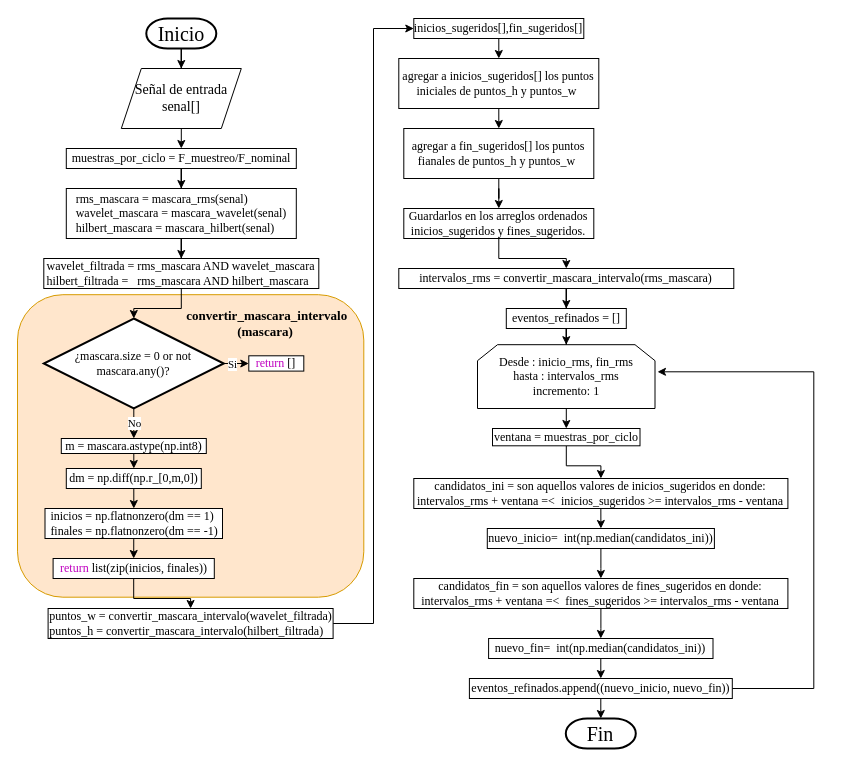
The draw.io diagram Diagramas_Flujo/Diagrama_Flujo_Hibrido.drawio in SGOLDYT/Power-Quality, before the edit. Source tidied: cells renumbered, new cells numbered last; positions are measured from the earlier drawing's top-left corner, leaving out a move shared by most shapes. Both pictures are drawn from the tidied source at 100%, with x=0, y=0 at pixel (17, 18).
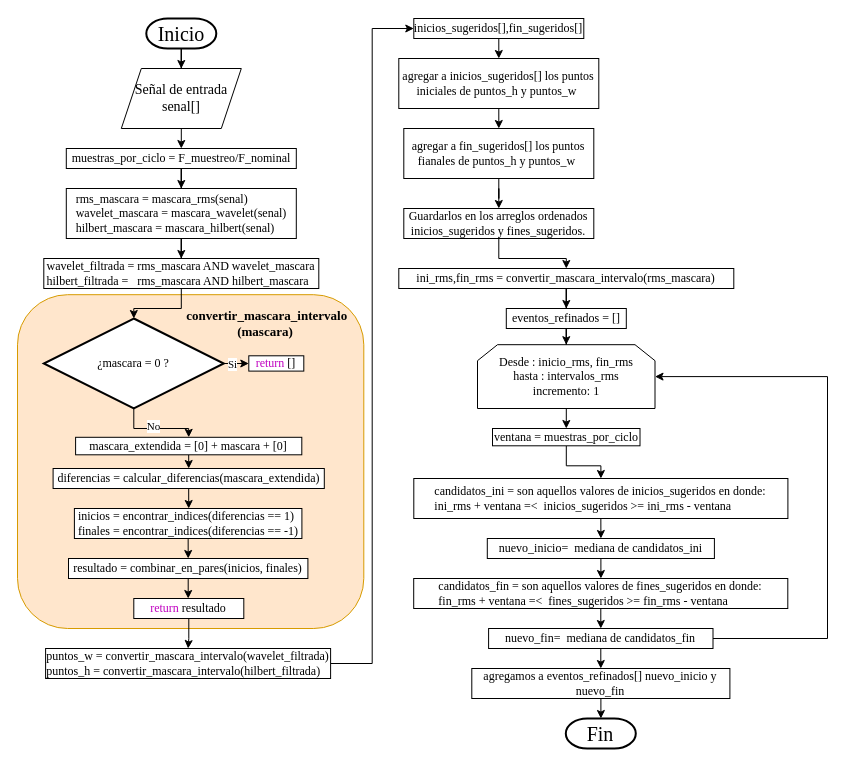
The same page after the edit.

Unchanged cells that the change refers to:
```xml
<mxCell id="41" value="&lt;font face=&quot;Times New Roman&quot;&gt;Desde : inicio_rms, fin_rms&lt;/font&gt;&lt;div&gt;&lt;font face=&quot;Times New Roman&quot;&gt;hasta : intervalos_rms&lt;/font&gt;&lt;/div&gt;&lt;div&gt;&lt;font face=&quot;Times New Roman&quot;&gt;incremento: 1&lt;/font&gt;&lt;/div&gt;" style="shape=loopLimit;whiteSpace=wrap;html=1;" parent="1" vertex="1">
  <mxGeometry x="460" y="326.2" width="177.5" height="63.8" as="geometry" />
</mxCell>
```

What changed in the source:
```diff
@@
     <mxCell id="2" style="rounded=1;whiteSpace=wrap;html=1;fillColor=#ffe6cc;strokeColor=#d79b00;" parent="1" vertex="1">
-      <mxGeometry y="276.2" width="346.3" height="302.5" as="geometry" />
+      <mxGeometry y="276.2" width="346.3" height="333.8" as="geometry" />
     </mxCell>
@@
-    <mxCell id="16" value="&lt;div&gt;&lt;span style=&quot;font-family: &amp;quot;Times New Roman&amp;quot;; background-color: transparent; color: light-dark(rgb(0, 0, 0), rgb(255, 255, 255));&quot;&gt;¿mascara.size = 0 or not mascara.any()?&lt;/span&gt;&lt;/div&gt;" style="strokeWidth=2;html=1;shape=mxgraph.flowchart.decision;whiteSpace=wrap;" parent="1" vertex="1">
+    <mxCell id="16" value="&lt;div&gt;&lt;span style=&quot;font-family: &amp;quot;Times New Roman&amp;quot;; background-color: transparent; color: light-dark(rgb(0, 0, 0), rgb(255, 255, 255));&quot;&gt;¿mascara = 0 ?&lt;/span&gt;&lt;/div&gt;" style="strokeWidth=2;html=1;shape=mxgraph.flowchart.decision;whiteSpace=wrap;" parent="1" vertex="1">
       <mxGeometry x="26.3" y="300" width="180" height="90" as="geometry" />
     </mxCell>
@@
-    <mxCell id="18" value="&lt;div style=&quot;text-align: justify;&quot;&gt;&lt;div style=&quot;text-align: left;&quot;&gt;&lt;font face=&quot;Times New Roman&quot;&gt;&lt;br&gt;&lt;/font&gt;&lt;/div&gt;&lt;div style=&quot;text-align: left;&quot;&gt;&lt;font face=&quot;Times New Roman&quot;&gt;m = mascara.astype(np.int8)&lt;/font&gt;&lt;div&gt;&lt;font style=&quot;text-align: center; color: rgb(0, 0, 0); background-color: rgb(236, 236, 236);&quot; face=&quot;Times New Roman&quot;&gt;&lt;br&gt;&lt;/font&gt;&lt;/div&gt;&lt;/div&gt;&lt;/div&gt;" style="rounded=0;whiteSpace=wrap;html=1;align=center;" parent="1" vertex="1">
-      <mxGeometry x="43.8" y="420" width="145" height="15" as="geometry" />
+    <mxCell id="18" value="&lt;div style=&quot;text-align: justify;&quot;&gt;&lt;div style=&quot;text-align: left;&quot;&gt;&lt;font face=&quot;Times New Roman&quot;&gt;mascara_extendida = [0] + mascara + [0]&lt;/font&gt;&lt;/div&gt;&lt;/div&gt;" style="rounded=0;whiteSpace=wrap;html=1;align=center;" parent="1" vertex="1">
+      <mxGeometry x="58.1" y="418.8" width="226.2" height="17.5" as="geometry" />
     </mxCell>
@@
-    <mxCell id="22" value="&lt;div style=&quot;text-align: justify;&quot;&gt;&lt;div style=&quot;text-align: left;&quot;&gt;&lt;font face=&quot;Times New Roman&quot;&gt;&lt;br&gt;&lt;/font&gt;&lt;/div&gt;&lt;div style=&quot;text-align: left;&quot;&gt;&lt;font face=&quot;Times New Roman&quot;&gt;dm = np.diff(np.r_[0,m,0])&lt;/font&gt;&lt;div&gt;&lt;font style=&quot;text-align: center; color: rgb(0, 0, 0); background-color: rgb(236, 236, 236);&quot; face=&quot;Times New Roman&quot;&gt;&lt;br&gt;&lt;/font&gt;&lt;/div&gt;&lt;/div&gt;&lt;/div&gt;" style="rounded=0;whiteSpace=wrap;html=1;align=center;" parent="1" vertex="1">
-      <mxGeometry x="48.8" y="450" width="135" height="20" as="geometry" />
+    <mxCell id="22" value="&lt;div style=&quot;text-align: justify;&quot;&gt;&lt;div style=&quot;text-align: left;&quot;&gt;&lt;font face=&quot;Times New Roman&quot;&gt;diferencias = calcular_diferencias(mascara_extendida)&lt;/font&gt;&lt;/div&gt;&lt;/div&gt;" style="rounded=0;whiteSpace=wrap;html=1;align=center;" parent="1" vertex="1">
+      <mxGeometry x="35.6" y="450" width="271.2" height="20" as="geometry" />
     </mxCell>
@@
-    <mxCell id="24" value="&lt;div style=&quot;text-align: justify;&quot;&gt;&lt;div style=&quot;text-align: left;&quot;&gt;&lt;div&gt;&lt;font face=&quot;Times New Roman&quot;&gt;inicios = np.flatnonzero(dm == 1)&lt;/font&gt;&lt;/div&gt;&lt;div&gt;&lt;font face=&quot;Times New Roman&quot;&gt;finales = np.flatnonzero(dm == -1)&lt;/font&gt;&lt;/div&gt;&lt;/div&gt;&lt;/div&gt;" style="rounded=0;whiteSpace=wrap;html=1;align=center;" parent="1" vertex="1">
-      <mxGeometry x="27.5" y="490" width="177.5" height="30" as="geometry" />
+    <mxCell id="24" value="&lt;div style=&quot;text-align: justify;&quot;&gt;&lt;div style=&quot;text-align: left;&quot;&gt;&lt;font face=&quot;Times New Roman&quot;&gt;inicios = encontrar_indices(diferencias == 1)&lt;/font&gt;&lt;/div&gt;&lt;div style=&quot;text-align: left;&quot;&gt;&lt;font face=&quot;Times New Roman&quot;&gt;finales = encontrar_indices(diferencias == -1)&lt;/font&gt;&lt;font face=&quot;Times New Roman&quot;&gt;&lt;/font&gt;&lt;/div&gt;&lt;/div&gt;" style="rounded=0;whiteSpace=wrap;html=1;align=center;" parent="1" vertex="1">
+      <mxGeometry x="56.9" y="490" width="227.5" height="30" as="geometry" />
     </mxCell>
-    <mxCell id="25" style="edgeStyle=orthogonalEdgeStyle;rounded=0;jettySize=auto;html=1;" parent="1" edge="1" source="26" target="29">
-      <mxGeometry relative="1" as="geometry" />
-    </mxCell>
+    <mxCell id="58" style="edgeStyle=orthogonalEdgeStyle;rounded=0;jettySize=auto;html=1;entryX=0.5;entryY=0;entryDx=0;entryDy=0;" parent="1" edge="1" source="26" target="61">
+      <mxGeometry relative="1" as="geometry" />
+    </mxCell>
-    <mxCell id="26" value="&lt;font face=&quot;Times New Roman&quot;&gt;&lt;font style=&quot;color: rgb(192, 0, 192);&quot;&gt;return&lt;/font&gt; list(zip(inicios, finales))&lt;/font&gt;" style="rounded=0;whiteSpace=wrap;html=1;align=center;" parent="1" vertex="1">
-      <mxGeometry x="35.6" y="540" width="161.2" height="20" as="geometry" />
+    <mxCell id="26" value="&lt;font face=&quot;Times New Roman&quot;&gt;resultado = combinar_en_pares(inicios, finales)&lt;/font&gt;" style="rounded=0;whiteSpace=wrap;html=1;align=center;" parent="1" vertex="1">
+      <mxGeometry x="51" y="540" width="239.4" height="20" as="geometry" />
     </mxCell>
@@
     <mxCell id="29" value="&lt;div style=&quot;text-align: justify;&quot;&gt;&lt;font face=&quot;Times New Roman&quot;&gt;puntos_w = convertir_mascara_intervalo(wavelet_filtrada)&lt;/font&gt;&lt;/div&gt;&lt;div style=&quot;text-align: justify;&quot;&gt;&lt;font face=&quot;Times New Roman&quot;&gt;puntos_h = convertir_mascara_intervalo(hilbert_filtrada)&lt;/font&gt;&lt;/div&gt;" style="rounded=0;whiteSpace=wrap;html=1;align=center;" parent="1" vertex="1">
-      <mxGeometry x="30.6" y="590" width="285" height="30" as="geometry" />
+      <mxGeometry x="28.1" y="630" width="285" height="30" as="geometry" />
     </mxCell>
@@
-    <mxCell id="37" value="&lt;font face=&quot;Times New Roman&quot;&gt;intervalos_rms = convertir_mascara_intervalo(rms_mascara)&lt;/font&gt;" style="rounded=0;whiteSpace=wrap;html=1;" parent="1" vertex="1">
+    <mxCell id="37" value="&lt;font face=&quot;Times New Roman&quot;&gt;ini_rms,fin_rms = convertir_mascara_intervalo(rms_mascara)&lt;/font&gt;" style="rounded=0;whiteSpace=wrap;html=1;" parent="1" vertex="1">
       <mxGeometry x="381.3" y="250" width="335" height="20" as="geometry" />
     </mxCell>
@@
-    <mxCell id="45" value="&lt;div&gt;&lt;span style=&quot;text-align: left;&quot;&gt;&lt;font face=&quot;Times New Roman&quot;&gt;&lt;br&gt;&lt;/font&gt;&lt;/span&gt;&lt;/div&gt;&lt;span style=&quot;text-align: left;&quot;&gt;&lt;font face=&quot;Times New Roman&quot;&gt;&lt;div&gt;&lt;span style=&quot;text-align: left;&quot;&gt;&lt;font face=&quot;Times New Roman&quot;&gt;&lt;br&gt;&lt;/font&gt;&lt;/span&gt;&lt;/div&gt;&lt;div&gt;&lt;span style=&quot;text-align: left;&quot;&gt;&lt;font face=&quot;Times New Roman&quot;&gt;&lt;br&gt;&lt;/font&gt;&lt;/span&gt;&lt;/div&gt;candidatos_ini = son aquellos valores de inicios_sugeridos en donde:&lt;/font&gt;&lt;/span&gt;&lt;div style=&quot;text-align: left;&quot;&gt;&lt;span style=&quot;font-family: &amp;quot;Times New Roman&amp;quot;; background-color: transparent; color: light-dark(rgb(0, 0, 0), rgb(255, 255, 255)); text-align: center;&quot;&gt;intervalos_rms&amp;nbsp;&lt;/span&gt;&lt;font style=&quot;background-color: transparent; color: light-dark(rgb(0, 0, 0), rgb(255, 255, 255));&quot; face=&quot;Times New Roman&quot;&gt;+ ventana =&amp;lt;&amp;nbsp; inicios_sugeridos &amp;gt;=&amp;nbsp;&lt;/font&gt;&lt;span style=&quot;background-color: transparent; color: light-dark(rgb(0, 0, 0), rgb(255, 255, 255)); font-family: &amp;quot;Times New Roman&amp;quot;; text-align: center;&quot;&gt;intervalos_rms - ventana&lt;/span&gt;&lt;/div&gt;&lt;div&gt;&lt;span style=&quot;font-family: &amp;quot;Times New Roman&amp;quot;; text-align: left; background-color: transparent; color: light-dark(rgb(0, 0, 0), rgb(255, 255, 255)); white-space: pre;&quot;&gt;&#9;&lt;/span&gt;&lt;div&gt;&lt;div style=&quot;text-align: left;&quot;&gt;&lt;font face=&quot;Times New Roman&quot;&gt;&amp;nbsp;&lt;/font&gt;&lt;/div&gt;&lt;div&gt;&lt;span style=&quot;text-align: left;&quot;&gt;&lt;font face=&quot;Times New Roman&quot;&gt;&lt;br&gt;&lt;/font&gt;&lt;/span&gt;&lt;/div&gt;&lt;/div&gt;&lt;/div&gt;" style="rounded=0;whiteSpace=wrap;html=1;" parent="1" vertex="1">
-      <mxGeometry x="396.3" y="460" width="374.1" height="30" as="geometry" />
+    <mxCell id="45" value="&lt;div&gt;&lt;span style=&quot;text-align: left;&quot;&gt;&lt;font face=&quot;Times New Roman&quot;&gt;&lt;br&gt;&lt;/font&gt;&lt;/span&gt;&lt;/div&gt;&lt;span style=&quot;text-align: left;&quot;&gt;&lt;font face=&quot;Times New Roman&quot;&gt;&lt;div&gt;&lt;span style=&quot;text-align: left;&quot;&gt;&lt;font face=&quot;Times New Roman&quot;&gt;&lt;br&gt;&lt;/font&gt;&lt;/span&gt;&lt;/div&gt;&lt;div&gt;&lt;span style=&quot;text-align: left;&quot;&gt;&lt;font face=&quot;Times New Roman&quot;&gt;&lt;br&gt;&lt;/font&gt;&lt;/span&gt;&lt;/div&gt;candidatos_ini = son aquellos valores de inicios_sugeridos en donde:&lt;/font&gt;&lt;/span&gt;&lt;div style=&quot;text-align: left;&quot;&gt;&lt;span style=&quot;font-family: &amp;quot;Times New Roman&amp;quot;; background-color: transparent; color: light-dark(rgb(0, 0, 0), rgb(255, 255, 255)); text-align: center;&quot;&gt;ini_rms&amp;nbsp;&lt;/span&gt;&lt;font style=&quot;background-color: transparent; color: light-dark(rgb(0, 0, 0), rgb(255, 255, 255));&quot; face=&quot;Times New Roman&quot;&gt;+ ventana =&amp;lt;&amp;nbsp; inicios_sugeridos &amp;gt;=&amp;nbsp;&lt;/font&gt;&lt;span style=&quot;background-color: transparent; color: light-dark(rgb(0, 0, 0), rgb(255, 255, 255)); font-family: &amp;quot;Times New Roman&amp;quot;; text-align: center;&quot;&gt;ini_rms - ventana&lt;/span&gt;&lt;/div&gt;&lt;div&gt;&lt;span style=&quot;font-family: &amp;quot;Times New Roman&amp;quot;; text-align: left; background-color: transparent; color: light-dark(rgb(0, 0, 0), rgb(255, 255, 255)); white-space: pre;&quot;&gt;&#9;&lt;/span&gt;&lt;div&gt;&lt;div style=&quot;text-align: left;&quot;&gt;&lt;font face=&quot;Times New Roman&quot;&gt;&amp;nbsp;&lt;/font&gt;&lt;/div&gt;&lt;div&gt;&lt;span style=&quot;text-align: left;&quot;&gt;&lt;font face=&quot;Times New Roman&quot;&gt;&lt;br&gt;&lt;/font&gt;&lt;/span&gt;&lt;/div&gt;&lt;/div&gt;&lt;/div&gt;" style="rounded=0;whiteSpace=wrap;html=1;" parent="1" vertex="1">
+      <mxGeometry x="396.3" y="460" width="374.1" height="40" as="geometry" />
     </mxCell>
@@
-    <mxCell id="49" value="&lt;div&gt;&lt;font face=&quot;Times New Roman&quot;&gt;&lt;br&gt;&lt;/font&gt;&lt;/div&gt;&lt;div&gt;&lt;font face=&quot;Times New Roman&quot;&gt;&lt;br&gt;&lt;/font&gt;&lt;/div&gt;&lt;span style=&quot;font-family: &amp;quot;Times New Roman&amp;quot;;&quot;&gt;nuevo_inicio&lt;/span&gt;&lt;font face=&quot;Times New Roman&quot;&gt;&lt;span style=&quot;text-align: left;&quot;&gt;=&amp;nbsp;&amp;nbsp;&lt;/span&gt;int(np.median(candidatos_ini))&lt;/font&gt;&lt;div&gt;&lt;div&gt;&lt;div style=&quot;text-align: left;&quot;&gt;&lt;font face=&quot;Times New Roman&quot;&gt;&amp;nbsp;&lt;/font&gt;&lt;/div&gt;&lt;div&gt;&lt;span style=&quot;text-align: left;&quot;&gt;&lt;font face=&quot;Times New Roman&quot;&gt;&lt;br&gt;&lt;/font&gt;&lt;/span&gt;&lt;/div&gt;&lt;/div&gt;&lt;/div&gt;" style="rounded=0;whiteSpace=wrap;html=1;" parent="1" vertex="1">
-      <mxGeometry x="469.8" y="510" width="227.1" height="20" as="geometry" />
+    <mxCell id="49" value="&lt;div&gt;&lt;font face=&quot;Times New Roman&quot;&gt;&lt;br&gt;&lt;/font&gt;&lt;/div&gt;&lt;div&gt;&lt;font face=&quot;Times New Roman&quot;&gt;&lt;br&gt;&lt;/font&gt;&lt;/div&gt;&lt;span style=&quot;font-family: &amp;quot;Times New Roman&amp;quot;;&quot;&gt;nuevo_inicio&lt;/span&gt;&lt;font face=&quot;Times New Roman&quot;&gt;&lt;span style=&quot;text-align: left;&quot;&gt;=&amp;nbsp; mediana de candidatos_ini&lt;/span&gt;&lt;/font&gt;&lt;div&gt;&lt;div&gt;&lt;div style=&quot;text-align: left;&quot;&gt;&lt;font face=&quot;Times New Roman&quot;&gt;&amp;nbsp;&lt;/font&gt;&lt;/div&gt;&lt;div&gt;&lt;span style=&quot;text-align: left;&quot;&gt;&lt;font face=&quot;Times New Roman&quot;&gt;&lt;br&gt;&lt;/font&gt;&lt;/span&gt;&lt;/div&gt;&lt;/div&gt;&lt;/div&gt;" style="rounded=0;whiteSpace=wrap;html=1;" parent="1" vertex="1">
+      <mxGeometry x="469.8" y="520" width="227.1" height="20" as="geometry" />
     </mxCell>
@@
-    <mxCell id="51" value="&lt;div&gt;&lt;span style=&quot;text-align: left;&quot;&gt;&lt;font face=&quot;Times New Roman&quot;&gt;&lt;br&gt;&lt;/font&gt;&lt;/span&gt;&lt;/div&gt;&lt;span style=&quot;text-align: left;&quot;&gt;&lt;font face=&quot;Times New Roman&quot;&gt;&lt;div&gt;&lt;span style=&quot;text-align: left;&quot;&gt;&lt;font face=&quot;Times New Roman&quot;&gt;&lt;br&gt;&lt;/font&gt;&lt;/span&gt;&lt;/div&gt;&lt;div&gt;&lt;span style=&quot;text-align: left;&quot;&gt;&lt;font face=&quot;Times New Roman&quot;&gt;&lt;br&gt;&lt;/font&gt;&lt;/span&gt;&lt;/div&gt;candidatos_fin = son aquellos valores de fines_sugeridos en donde:&lt;/font&gt;&lt;/span&gt;&lt;div style=&quot;text-align: left;&quot;&gt;&lt;span style=&quot;font-family: &amp;quot;Times New Roman&amp;quot;; background-color: transparent; color: light-dark(rgb(0, 0, 0), rgb(255, 255, 255)); text-align: center;&quot;&gt;intervalos_rms&amp;nbsp;&lt;/span&gt;&lt;font style=&quot;background-color: transparent; color: light-dark(rgb(0, 0, 0), rgb(255, 255, 255));&quot; face=&quot;Times New Roman&quot;&gt;+ ventana =&amp;lt;&amp;nbsp; fines_sugeridos &amp;gt;=&amp;nbsp;&lt;/font&gt;&lt;span style=&quot;background-color: transparent; color: light-dark(rgb(0, 0, 0), rgb(255, 255, 255)); font-family: &amp;quot;Times New Roman&amp;quot;; text-align: center;&quot;&gt;intervalos_rms - ventana&lt;/span&gt;&lt;/div&gt;&lt;div&gt;&lt;span style=&quot;font-family: &amp;quot;Times New Roman&amp;quot;; text-align: left; background-color: transparent; color: light-dark(rgb(0, 0, 0), rgb(255, 255, 255)); white-space: pre;&quot;&gt;&#9;&lt;/span&gt;&lt;div&gt;&lt;div style=&quot;text-align: left;&quot;&gt;&lt;font face=&quot;Times New Roman&quot;&gt;&amp;nbsp;&lt;/font&gt;&lt;/div&gt;&lt;div&gt;&lt;span style=&quot;text-align: left;&quot;&gt;&lt;font face=&quot;Times New Roman&quot;&gt;&lt;br&gt;&lt;/font&gt;&lt;/span&gt;&lt;/div&gt;&lt;/div&gt;&lt;/div&gt;" style="rounded=0;whiteSpace=wrap;html=1;" parent="1" vertex="1">
-      <mxGeometry x="396.3" y="560" width="374.1" height="30" as="geometry" />
+    <mxCell id="51" value="&lt;div&gt;&lt;span style=&quot;text-align: left;&quot;&gt;&lt;font face=&quot;Times New Roman&quot;&gt;&lt;br&gt;&lt;/font&gt;&lt;/span&gt;&lt;/div&gt;&lt;span style=&quot;text-align: left;&quot;&gt;&lt;font face=&quot;Times New Roman&quot;&gt;&lt;div&gt;&lt;span style=&quot;text-align: left;&quot;&gt;&lt;font face=&quot;Times New Roman&quot;&gt;&lt;br&gt;&lt;/font&gt;&lt;/span&gt;&lt;/div&gt;&lt;div&gt;&lt;span style=&quot;text-align: left;&quot;&gt;&lt;font face=&quot;Times New Roman&quot;&gt;&lt;br&gt;&lt;/font&gt;&lt;/span&gt;&lt;/div&gt;candidatos_fin = son aquellos valores de fines_sugeridos en donde:&lt;/font&gt;&lt;/span&gt;&lt;div style=&quot;text-align: left;&quot;&gt;&lt;span style=&quot;font-family: &amp;quot;Times New Roman&amp;quot;; background-color: transparent; color: light-dark(rgb(0, 0, 0), rgb(255, 255, 255)); text-align: center;&quot;&gt;fin_rms&amp;nbsp;&lt;/span&gt;&lt;font style=&quot;background-color: transparent; color: light-dark(rgb(0, 0, 0), rgb(255, 255, 255));&quot; face=&quot;Times New Roman&quot;&gt;+ ventana =&amp;lt;&amp;nbsp; fines_sugeridos &amp;gt;= fin&lt;/font&gt;&lt;span style=&quot;background-color: transparent; color: light-dark(rgb(0, 0, 0), rgb(255, 255, 255)); font-family: &amp;quot;Times New Roman&amp;quot;; text-align: center;&quot;&gt;_rms - ventana&lt;/span&gt;&lt;/div&gt;&lt;div&gt;&lt;span style=&quot;font-family: &amp;quot;Times New Roman&amp;quot;; text-align: left; background-color: transparent; color: light-dark(rgb(0, 0, 0), rgb(255, 255, 255)); white-space: pre;&quot;&gt;&#9;&lt;/span&gt;&lt;div&gt;&lt;div style=&quot;text-align: left;&quot;&gt;&lt;font face=&quot;Times New Roman&quot;&gt;&amp;nbsp;&lt;/font&gt;&lt;/div&gt;&lt;div&gt;&lt;span style=&quot;text-align: left;&quot;&gt;&lt;font face=&quot;Times New Roman&quot;&gt;&lt;br&gt;&lt;/font&gt;&lt;/span&gt;&lt;/div&gt;&lt;/div&gt;&lt;/div&gt;" style="rounded=0;whiteSpace=wrap;html=1;" parent="1" vertex="1">
+      <mxGeometry x="396.2" y="560" width="374.1" height="30" as="geometry" />
     </mxCell>
@@
+    <mxCell id="59" style="edgeStyle=orthogonalEdgeStyle;rounded=0;jettySize=auto;html=1;entryX=1;entryY=0.5;entryDx=0;entryDy=0;" parent="1" edge="1" source="53" target="41">
+      <mxGeometry relative="1" as="geometry">
+        <Array as="points">
+          <mxPoint x="810" y="620" />
+          <mxPoint x="810" y="358" />
+        </Array>
+      </mxGeometry>
+    </mxCell>
-    <mxCell id="53" value="&lt;div&gt;&lt;font face=&quot;Times New Roman&quot;&gt;&lt;br&gt;&lt;/font&gt;&lt;/div&gt;&lt;div&gt;&lt;font face=&quot;Times New Roman&quot;&gt;&lt;br&gt;&lt;/font&gt;&lt;/div&gt;&lt;span style=&quot;font-family: &amp;quot;Times New Roman&amp;quot;;&quot;&gt;nuevo_fin&lt;/span&gt;&lt;font face=&quot;Times New Roman&quot;&gt;&lt;span style=&quot;text-align: left;&quot;&gt;=&amp;nbsp;&amp;nbsp;&lt;/span&gt;int(np.median(candidatos_ini))&lt;/font&gt;&lt;div&gt;&lt;div&gt;&lt;div style=&quot;text-align: left;&quot;&gt;&lt;font face=&quot;Times New Roman&quot;&gt;&amp;nbsp;&lt;/font&gt;&lt;/div&gt;&lt;div&gt;&lt;span style=&quot;text-align: left;&quot;&gt;&lt;font face=&quot;Times New Roman&quot;&gt;&lt;br&gt;&lt;/font&gt;&lt;/span&gt;&lt;/div&gt;&lt;/div&gt;&lt;/div&gt;" style="rounded=0;whiteSpace=wrap;html=1;" parent="1" vertex="1">
-      <mxGeometry x="471.1" y="620" width="224.4" height="20" as="geometry" />
+    <mxCell id="53" value="&lt;div&gt;&lt;font face=&quot;Times New Roman&quot;&gt;&lt;br&gt;&lt;/font&gt;&lt;/div&gt;&lt;div&gt;&lt;font face=&quot;Times New Roman&quot;&gt;&lt;br&gt;&lt;/font&gt;&lt;/div&gt;&lt;span style=&quot;font-family: &amp;quot;Times New Roman&amp;quot;;&quot;&gt;nuevo_fin&lt;/span&gt;&lt;font face=&quot;Times New Roman&quot;&gt;&lt;span style=&quot;text-align: left;&quot;&gt;=&amp;nbsp;&amp;nbsp;&lt;/span&gt;mediana de candidatos_fin&lt;/font&gt;&lt;div&gt;&lt;div&gt;&lt;div style=&quot;text-align: left;&quot;&gt;&lt;font face=&quot;Times New Roman&quot;&gt;&amp;nbsp;&lt;/font&gt;&lt;/div&gt;&lt;div&gt;&lt;span style=&quot;text-align: left;&quot;&gt;&lt;font face=&quot;Times New Roman&quot;&gt;&lt;br&gt;&lt;/font&gt;&lt;/span&gt;&lt;/div&gt;&lt;/div&gt;&lt;/div&gt;" style="rounded=0;whiteSpace=wrap;html=1;" parent="1" vertex="1">
+      <mxGeometry x="471.1" y="610" width="224.4" height="20" as="geometry" />
     </mxCell>
-    <mxCell id="54" value="&lt;div&gt;&lt;font face=&quot;Times New Roman&quot;&gt;eventos_refinados.append((nuevo_inicio, nuevo_fin))&lt;/font&gt;&lt;/div&gt;" style="rounded=0;whiteSpace=wrap;html=1;" parent="1" vertex="1">
-      <mxGeometry x="451.9" y="660" width="262.9" height="20" as="geometry" />
+    <mxCell id="54" value="&lt;div&gt;&lt;font face=&quot;Times New Roman&quot;&gt;agregamos a eventos_refinados[] nuevo_inicio y nuevo_fin&lt;/font&gt;&lt;/div&gt;" style="rounded=0;whiteSpace=wrap;html=1;" parent="1" vertex="1">
+      <mxGeometry x="454.3" y="650" width="258.1" height="30" as="geometry" />
     </mxCell>
@@
-    <mxCell id="57" style="edgeStyle=orthogonalEdgeStyle;rounded=0;jettySize=auto;html=1;entryX=1.014;entryY=0.425;entryDx=0;entryDy=0;entryPerimeter=0;" parent="1" edge="1" source="54" target="41">
-      <mxGeometry relative="1" as="geometry">
-        <Array as="points">
-          <mxPoint x="796.3" y="670" />
-          <mxPoint x="796.3" y="353" />
-        </Array>
-      </mxGeometry>
-    </mxCell>
+    <mxCell id="60" style="edgeStyle=orthogonalEdgeStyle;rounded=0;jettySize=auto;html=1;entryX=0.5;entryY=0;entryDx=0;entryDy=0;" parent="1" edge="1" source="61" target="29">
+      <mxGeometry relative="1" as="geometry" />
+    </mxCell>
+    <mxCell id="61" value="&lt;font face=&quot;Times New Roman&quot;&gt;&lt;font style=&quot;color: rgb(192, 0, 192);&quot;&gt;return&lt;/font&gt; resultado&lt;/font&gt;" style="rounded=0;whiteSpace=wrap;html=1;align=center;" parent="1" vertex="1">
+      <mxGeometry x="116.3" y="580" width="110" height="20" as="geometry" />
+    </mxCell>
```
